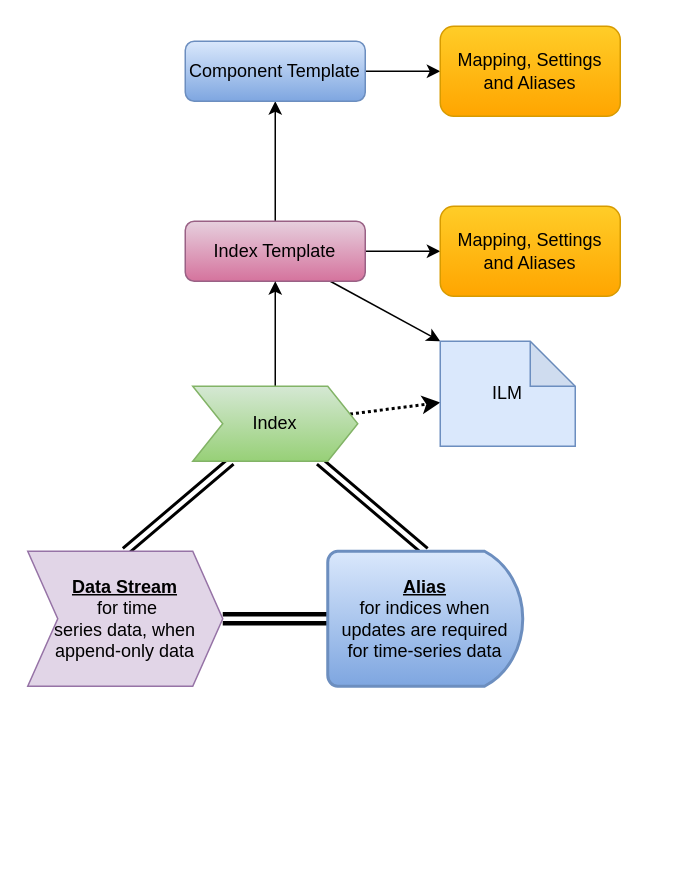
paramothers/books keeps this draw.io diagram as page "Index Templates" (3 of 7) of My Articles/elastic stack/Elastic Search Index Understanding.drawio. Above is the earlier version. Source tidied: cells renumbered, new cells numbered last; positions are measured from the earlier drawing's top-left corner, leaving out a move shared by most shapes. Both pictures are drawn from the tidied source at 150%, with x=0, y=0 at pixel (27, 26).
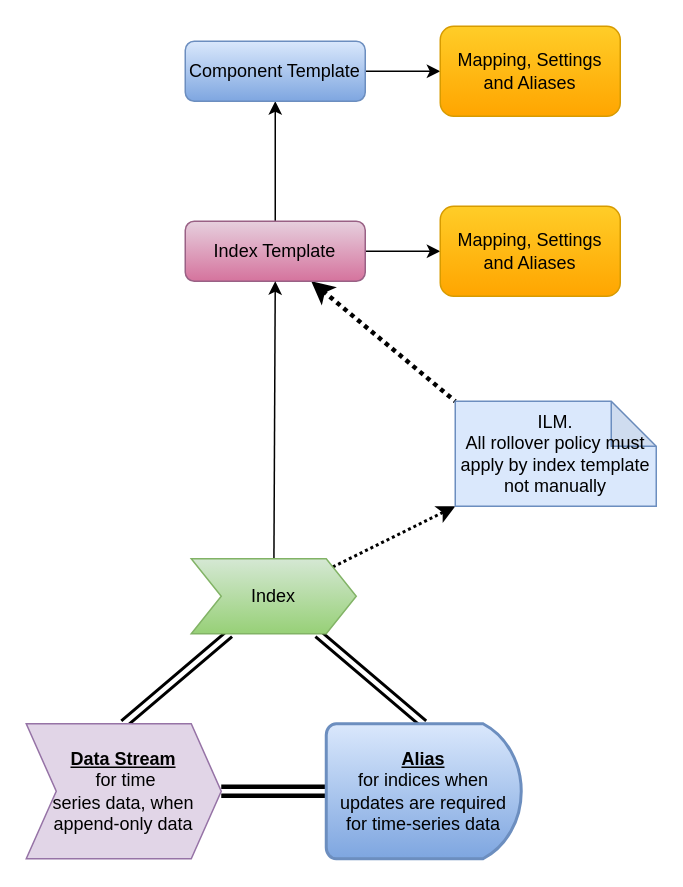
After the change.

Change to the diagram source:
```diff
@@
 <mxGraphModel>
   <root>
     <mxCell id="0" />
     <mxCell id="1" parent="0" />
     <mxCell id="2" style="edgeStyle=orthogonalEdgeStyle;rounded=0;jettySize=auto;html=1;entryX=0.5;entryY=1;entryDx=0;entryDy=0;" parent="1" edge="1" source="5" target="7">
       <mxGeometry relative="1" as="geometry" />
     </mxCell>
     <mxCell id="3" style="edgeStyle=orthogonalEdgeStyle;rounded=0;jettySize=auto;html=1;entryX=0;entryY=0.5;entryDx=0;entryDy=0;" parent="1" edge="1" source="5" target="14">
       <mxGeometry relative="1" as="geometry" />
     </mxCell>
-    <mxCell id="4" style="edgeStyle=none;rounded=0;jettySize=auto;html=1;entryX=0;entryY=0;entryDx=0;entryDy=0;entryPerimeter=0;strokeWidth=1;" parent="1" edge="1" source="5" target="15">
+    <mxCell id="4" style="edgeStyle=none;rounded=0;jettySize=auto;html=1;entryX=0;entryY=0;entryDx=0;entryDy=0;entryPerimeter=0;strokeWidth=3;startArrow=classic;startFill=1;endArrow=none;endFill=0;dashed=1;dashPattern=1 1;" parent="1" edge="1" source="5" target="15">
       <mxGeometry relative="1" as="geometry" />
     </mxCell>
     <mxCell id="5" value="Index Template" style="rounded=1;whiteSpace=wrap;html=1;gradientColor=#d5739d;fillColor=#e6d0de;strokeColor=#996185;" parent="1" vertex="1">
       <mxGeometry x="105" y="130" width="120" height="40" as="geometry" />
     </mxCell>
     <mxCell id="6" style="edgeStyle=orthogonalEdgeStyle;rounded=0;jettySize=auto;html=1;entryX=0;entryY=0.5;entryDx=0;entryDy=0;" parent="1" edge="1" source="7" target="8">
       <mxGeometry relative="1" as="geometry" />
     </mxCell>
     <mxCell id="7" value="Component Template" style="rounded=1;whiteSpace=wrap;html=1;gradientColor=#7ea6e0;fillColor=#dae8fc;strokeColor=#6c8ebf;" parent="1" vertex="1">
       <mxGeometry x="105" y="10" width="120" height="40" as="geometry" />
     </mxCell>
     <mxCell id="8" value="Mapping, Settings and Aliases" style="rounded=1;whiteSpace=wrap;html=1;gradientColor=#ffa500;fillColor=#ffcd28;strokeColor=#d79b00;" parent="1" vertex="1">
       <mxGeometry x="275" width="120" height="60" as="geometry" />
     </mxCell>
-    <mxCell id="9" style="edgeStyle=orthogonalEdgeStyle;rounded=0;jettySize=auto;html=1;entryX=0.5;entryY=1;entryDx=0;entryDy=0;" parent="1" edge="1" source="13" target="5">
+    <mxCell id="9" style="rounded=0;jettySize=auto;html=1;entryX=0.5;entryY=1;entryDx=0;entryDy=0;" parent="1" edge="1" source="13" target="5">
       <mxGeometry relative="1" as="geometry" />
     </mxCell>
-    <mxCell id="10" style="edgeStyle=none;rounded=0;jettySize=auto;html=1;strokeWidth=2;dashed=1;dashPattern=1 1;" parent="1" edge="1" source="13" target="15">
+    <mxCell id="10" style="edgeStyle=none;rounded=0;jettySize=auto;html=1;strokeWidth=2;dashed=1;dashPattern=1 1;entryX=0;entryY=1;entryDx=0;entryDy=0;entryPerimeter=0;" parent="1" edge="1" source="13" target="15">
       <mxGeometry relative="1" as="geometry" />
     </mxCell>
     <mxCell id="11" style="edgeStyle=none;shape=link;rounded=0;jettySize=auto;html=1;entryX=0.5;entryY=0;entryDx=0;entryDy=0;endArrow=none;endFill=0;strokeWidth=2;" parent="1" edge="1" source="13" target="17">
       <mxGeometry relative="1" as="geometry" />
     </mxCell>
     <mxCell id="12" style="edgeStyle=none;shape=link;rounded=0;jettySize=auto;html=1;entryX=0.5;entryY=0;entryDx=0;entryDy=0;entryPerimeter=0;endArrow=none;endFill=0;strokeWidth=2;" parent="1" edge="1" source="13" target="18">
       <mxGeometry relative="1" as="geometry" />
     </mxCell>
     <mxCell id="13" value="Index" style="shape=step;perimeter=stepPerimeter;whiteSpace=wrap;html=1;fixedSize=1;gradientColor=#97d077;fillColor=#d5e8d4;strokeColor=#82b366;" parent="1" vertex="1">
-      <mxGeometry x="110" y="240" width="110" height="50" as="geometry" />
+      <mxGeometry x="109" y="355" width="110" height="50" as="geometry" />
     </mxCell>
     <mxCell id="14" value="Mapping, Settings and Aliases" style="rounded=1;whiteSpace=wrap;html=1;gradientColor=#ffa500;fillColor=#ffcd28;strokeColor=#d79b00;" parent="1" vertex="1">
       <mxGeometry x="275" y="120" width="120" height="60" as="geometry" />
     </mxCell>
-    <mxCell id="15" value="ILM" style="shape=note;whiteSpace=wrap;html=1;backgroundOutline=1;darkOpacity=0.05;fillColor=#dae8fc;strokeColor=#6c8ebf;" parent="1" vertex="1">
-      <mxGeometry x="275" y="210" width="90" height="70" as="geometry" />
+    <mxCell id="15" value="ILM. &lt;br&gt;All rollover policy must apply by index template not manually" style="shape=note;whiteSpace=wrap;html=1;backgroundOutline=1;darkOpacity=0.05;fillColor=#dae8fc;strokeColor=#6c8ebf;" parent="1" vertex="1">
+      <mxGeometry x="285" y="250" width="134" height="70" as="geometry" />
     </mxCell>
     <mxCell id="16" style="edgeStyle=orthogonalEdgeStyle;rounded=0;jettySize=auto;html=1;entryX=0;entryY=0.5;entryDx=0;entryDy=0;entryPerimeter=0;shape=link;strokeWidth=3;" parent="1" edge="1" source="17" target="18">
       <mxGeometry relative="1" as="geometry" />
     </mxCell>
     <mxCell id="17" value="&lt;b&gt;&lt;u&gt;Data Stream&lt;/u&gt;&lt;/b&gt;&lt;br&gt;&amp;nbsp;for time &lt;br&gt;series data, when &lt;br&gt;append-only data" style="shape=step;perimeter=stepPerimeter;whiteSpace=wrap;html=1;fixedSize=1;fillColor=#e1d5e7;strokeColor=#9673a6;" parent="1" vertex="1">
-      <mxGeometry y="350" width="130" height="90" as="geometry" />
+      <mxGeometry x="-1" y="465" width="130" height="90" as="geometry" />
     </mxCell>
     <mxCell id="18" value="&lt;b&gt;&lt;u&gt;Alias&lt;/u&gt;&lt;/b&gt; &lt;br&gt;for indices when updates are required for time-series data" style="strokeWidth=2;html=1;shape=mxgraph.flowchart.delay;whiteSpace=wrap;gradientColor=#7ea6e0;fillColor=#dae8fc;strokeColor=#6c8ebf;" parent="1" vertex="1">
-      <mxGeometry x="200" y="350" width="130" height="90" as="geometry" />
+      <mxGeometry x="199" y="465" width="130" height="90" as="geometry" />
     </mxCell>
   </root>
 </mxGraphModel>
```
